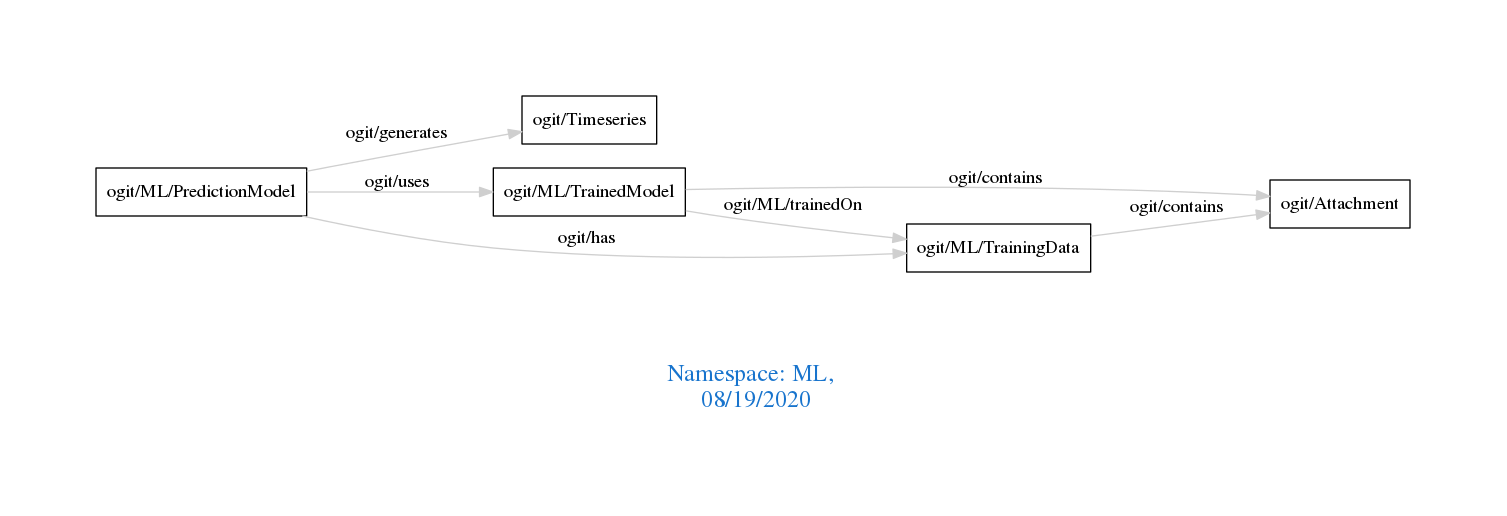
arago/OGIT keeps this Graphviz diagram as downloads/ML.png. Above is the earlier version. Its source is kept beside it as downloads/ML.dot.
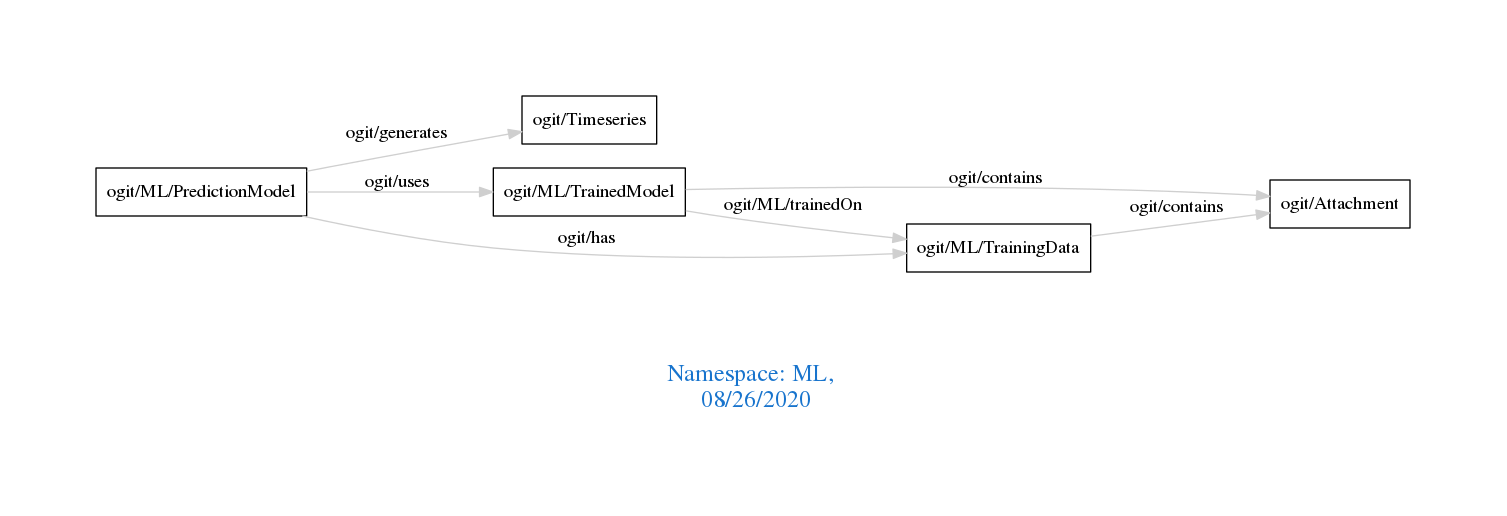
After the commit.

Diff of the diagram source:
```diff
@@ -1,7 +1,7 @@
 digraph OGIT_ontology {
  graph [ rankdir= LR,pad=1
 fontsize = 18,
-fontcolor= dodgerblue3,label = "\n\n\nNamespace: ML, \n 08/19/2020"];
+fontcolor= dodgerblue3,label = "\n\n\nNamespace: ML, \n 08/26/2020"];
 node[shape=polygon];
 edge [  color="gray81"];
 
```
